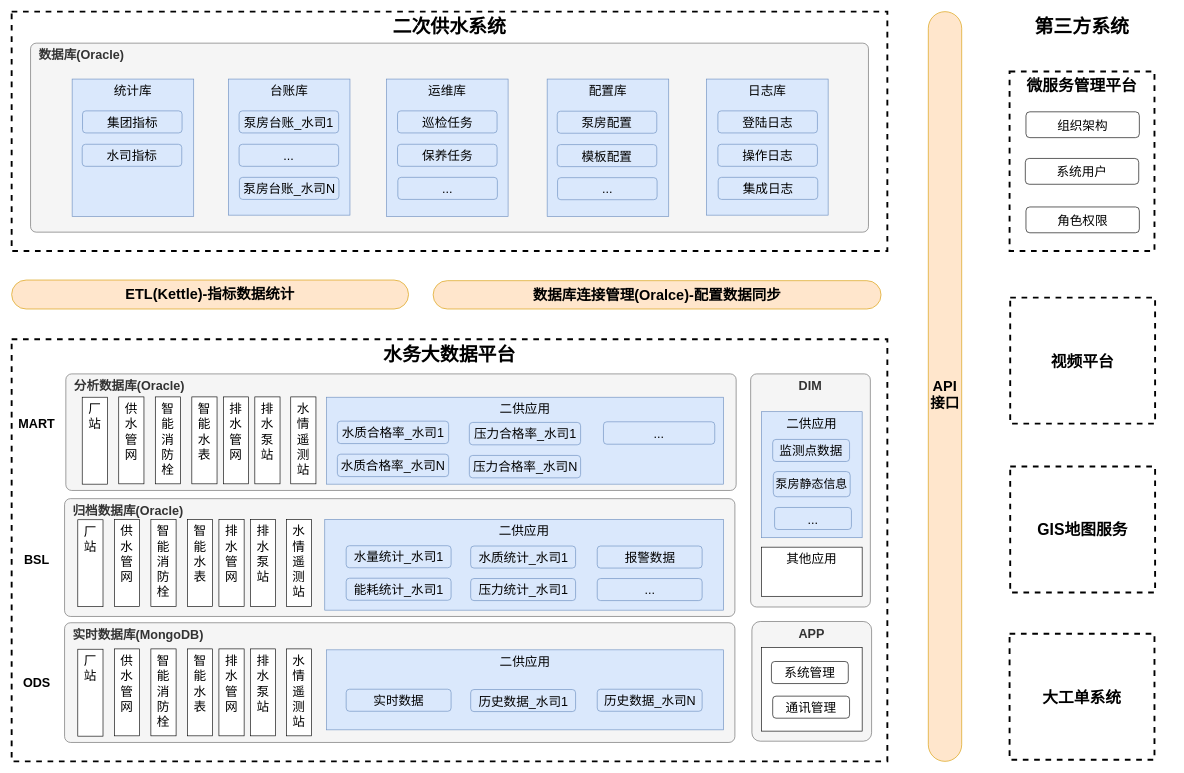
lpeng589/draw keeps this draw.io diagram as page "数据架构图" (1 of 2) of 二供数据架构.drawio. Above is the earlier version. Source tidied: cells renumbered, new cells numbered last; positions are measured from the earlier drawing's top-left corner, leaving out a move shared by most shapes. Both pictures are drawn from the tidied source at 63%, with x=0, y=0 at pixel (11, 11).
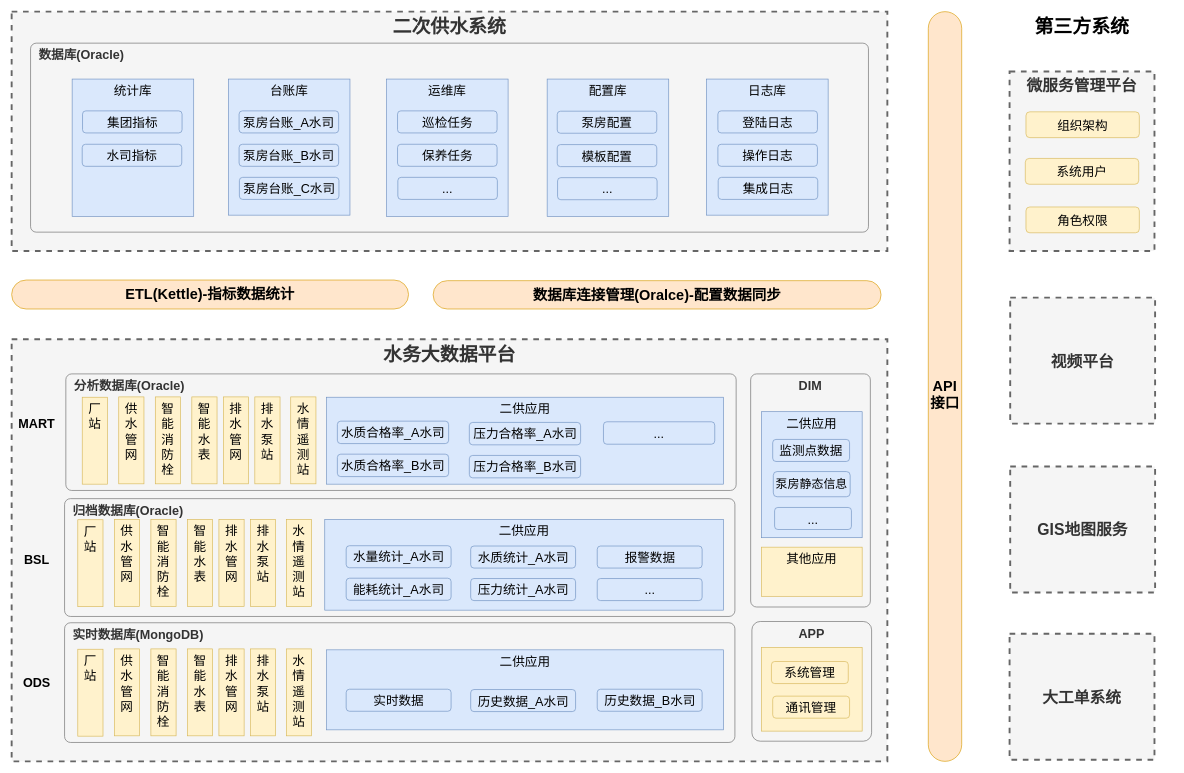
After the change.

Commit message (it also covers changes not shown here):
更新二供数据架构.drawio

Change to the diagram source:
```diff
@@
-    <mxCell id="2" value="水务大数据平台" style="rounded=0;whiteSpace=wrap;html=1;align=center;verticalAlign=top;fontStyle=1;fontSize=30;dashed=1;strokeColor=#000000;strokeWidth=3;fontColor=#000000;" parent="1" vertex="1">
+    <mxCell id="2" value="水务大数据平台" style="rounded=0;whiteSpace=wrap;html=1;align=center;verticalAlign=top;fontStyle=1;fontSize=30;dashed=1;strokeColor=#666666;strokeWidth=3;fontColor=#333333;fillColor=#f5f5f5;" parent="1" vertex="1">
       <mxGeometry y="520" width="1390" height="670" as="geometry" />
     </mxCell>
-    <mxCell id="3" value="二次供水系统" style="rounded=0;whiteSpace=wrap;html=1;align=center;verticalAlign=top;fontStyle=1;fontSize=30;dashed=1;strokeColor=#000000;strokeWidth=3;fontColor=#000000;" parent="1" vertex="1">
+    <mxCell id="3" value="二次供水系统" style="rounded=0;whiteSpace=wrap;html=1;align=center;verticalAlign=top;fontStyle=1;fontSize=30;dashed=1;strokeColor=#666666;strokeWidth=3;fontColor=#333333;fillColor=#f5f5f5;" parent="1" vertex="1">
       <mxGeometry width="1390" height="380" as="geometry" />
     </mxCell>
@@
-    <mxCell id="15" value="厂站" style="rounded=0;whiteSpace=wrap;html=1;align=center;verticalAlign=top;fontStyle=0;fontSize=20;" parent="1" vertex="1">
+    <mxCell id="15" value="厂站" style="rounded=0;whiteSpace=wrap;html=1;align=center;verticalAlign=top;fontStyle=0;fontSize=20;fillColor=#fff2cc;strokeColor=#d6b656;" parent="1" vertex="1">
       <mxGeometry x="112" y="612" width="40" height="138" as="geometry" />
     </mxCell>
-    <mxCell id="16" value="供水管网" style="rounded=0;whiteSpace=wrap;html=1;align=center;verticalAlign=top;fontStyle=0;fontSize=20;" parent="1" vertex="1">
+    <mxCell id="16" value="供水管网" style="rounded=0;whiteSpace=wrap;html=1;align=center;verticalAlign=top;fontStyle=0;fontSize=20;fillColor=#fff2cc;strokeColor=#d6b656;" parent="1" vertex="1">
       <mxGeometry x="170" y="611.5" width="40" height="138" as="geometry" />
     </mxCell>
-    <mxCell id="17" value="智能消防栓" style="rounded=0;whiteSpace=wrap;html=1;align=center;verticalAlign=top;fontStyle=0;fontSize=20;" parent="1" vertex="1">
+    <mxCell id="17" value="智能消防栓" style="rounded=0;whiteSpace=wrap;html=1;align=center;verticalAlign=top;fontStyle=0;fontSize=20;fillColor=#fff2cc;strokeColor=#d6b656;" parent="1" vertex="1">
       <mxGeometry x="228" y="611.5" width="40" height="138" as="geometry" />
     </mxCell>
-    <mxCell id="18" value="智能水表" style="rounded=0;whiteSpace=wrap;html=1;align=center;verticalAlign=top;fontStyle=0;fontSize=20;" parent="1" vertex="1">
+    <mxCell id="18" value="智能水表" style="rounded=0;whiteSpace=wrap;html=1;align=center;verticalAlign=top;fontStyle=0;fontSize=20;fillColor=#fff2cc;strokeColor=#d6b656;" parent="1" vertex="1">
       <mxGeometry x="286" y="611.5" width="40" height="138" as="geometry" />
     </mxCell>
-    <mxCell id="19" value="排水管网" style="rounded=0;whiteSpace=wrap;html=1;align=center;verticalAlign=top;fontStyle=0;fontSize=20;" parent="1" vertex="1">
+    <mxCell id="19" value="排水管网" style="rounded=0;whiteSpace=wrap;html=1;align=center;verticalAlign=top;fontStyle=0;fontSize=20;fillColor=#fff2cc;strokeColor=#d6b656;" parent="1" vertex="1">
       <mxGeometry x="336" y="611.5" width="40" height="138" as="geometry" />
     </mxCell>
-    <mxCell id="20" value="排水泵站" style="rounded=0;whiteSpace=wrap;html=1;align=center;verticalAlign=top;fontStyle=0;fontSize=20;" parent="1" vertex="1">
+    <mxCell id="20" value="排水泵站" style="rounded=0;whiteSpace=wrap;html=1;align=center;verticalAlign=top;fontStyle=0;fontSize=20;fillColor=#fff2cc;strokeColor=#d6b656;" parent="1" vertex="1">
       <mxGeometry x="386" y="611.5" width="40" height="138" as="geometry" />
     </mxCell>
-    <mxCell id="21" value="水情遥测站" style="rounded=0;whiteSpace=wrap;html=1;align=center;verticalAlign=top;fontStyle=0;fontSize=20;" parent="1" vertex="1">
+    <mxCell id="21" value="水情遥测站" style="rounded=0;whiteSpace=wrap;html=1;align=center;verticalAlign=top;fontStyle=0;fontSize=20;fillColor=#fff2cc;strokeColor=#d6b656;" parent="1" vertex="1">
       <mxGeometry x="443" y="611.5" width="40" height="138" as="geometry" />
     </mxCell>
-    <mxCell id="22" value="厂站" style="rounded=0;whiteSpace=wrap;html=1;align=center;verticalAlign=top;fontStyle=0;fontSize=20;" parent="1" vertex="1">
+    <mxCell id="22" value="厂站" style="rounded=0;whiteSpace=wrap;html=1;align=center;verticalAlign=top;fontStyle=0;fontSize=20;fillColor=#fff2cc;strokeColor=#d6b656;" parent="1" vertex="1">
       <mxGeometry x="105" y="806.5" width="40" height="138" as="geometry" />
     </mxCell>
-    <mxCell id="23" value="供水管网" style="rounded=0;whiteSpace=wrap;html=1;align=center;verticalAlign=top;fontStyle=0;fontSize=20;" parent="1" vertex="1">
+    <mxCell id="23" value="供水管网" style="rounded=0;whiteSpace=wrap;html=1;align=center;verticalAlign=top;fontStyle=0;fontSize=20;fillColor=#fff2cc;strokeColor=#d6b656;" parent="1" vertex="1">
       <mxGeometry x="163" y="806" width="40" height="138" as="geometry" />
     </mxCell>
-    <mxCell id="24" value="智能消防栓" style="rounded=0;whiteSpace=wrap;html=1;align=center;verticalAlign=top;fontStyle=0;fontSize=20;" parent="1" vertex="1">
+    <mxCell id="24" value="智能消防栓" style="rounded=0;whiteSpace=wrap;html=1;align=center;verticalAlign=top;fontStyle=0;fontSize=20;fillColor=#fff2cc;strokeColor=#d6b656;" parent="1" vertex="1">
       <mxGeometry x="221" y="806" width="40" height="138" as="geometry" />
     </mxCell>
-    <mxCell id="25" value="智能水表" style="rounded=0;whiteSpace=wrap;html=1;align=center;verticalAlign=top;fontStyle=0;fontSize=20;" parent="1" vertex="1">
+    <mxCell id="25" value="智能水表" style="rounded=0;whiteSpace=wrap;html=1;align=center;verticalAlign=top;fontStyle=0;fontSize=20;fillColor=#fff2cc;strokeColor=#d6b656;" parent="1" vertex="1">
       <mxGeometry x="279" y="806" width="40" height="138" as="geometry" />
     </mxCell>
-    <mxCell id="26" value="排水管网" style="rounded=0;whiteSpace=wrap;html=1;align=center;verticalAlign=top;fontStyle=0;fontSize=20;" parent="1" vertex="1">
+    <mxCell id="26" value="排水管网" style="rounded=0;whiteSpace=wrap;html=1;align=center;verticalAlign=top;fontStyle=0;fontSize=20;fillColor=#fff2cc;strokeColor=#d6b656;" parent="1" vertex="1">
       <mxGeometry x="329" y="806" width="40" height="138" as="geometry" />
     </mxCell>
-    <mxCell id="27" value="排水泵站" style="rounded=0;whiteSpace=wrap;html=1;align=center;verticalAlign=top;fontStyle=0;fontSize=20;" parent="1" vertex="1">
+    <mxCell id="27" value="排水泵站" style="rounded=0;whiteSpace=wrap;html=1;align=center;verticalAlign=top;fontStyle=0;fontSize=20;fillColor=#fff2cc;strokeColor=#d6b656;" parent="1" vertex="1">
       <mxGeometry x="379" y="806" width="40" height="138" as="geometry" />
     </mxCell>
-    <mxCell id="28" value="水情遥测站" style="rounded=0;whiteSpace=wrap;html=1;align=center;verticalAlign=top;fontStyle=0;fontSize=20;" parent="1" vertex="1">
+    <mxCell id="28" value="水情遥测站" style="rounded=0;whiteSpace=wrap;html=1;align=center;verticalAlign=top;fontStyle=0;fontSize=20;fillColor=#fff2cc;strokeColor=#d6b656;" parent="1" vertex="1">
       <mxGeometry x="436" y="806" width="40" height="138" as="geometry" />
     </mxCell>
-    <mxCell id="29" value="厂站" style="rounded=0;whiteSpace=wrap;html=1;align=center;verticalAlign=top;fontStyle=0;fontSize=20;" parent="1" vertex="1">
+    <mxCell id="29" value="厂站" style="rounded=0;whiteSpace=wrap;html=1;align=center;verticalAlign=top;fontStyle=0;fontSize=20;fillColor=#fff2cc;strokeColor=#d6b656;" parent="1" vertex="1">
       <mxGeometry x="105" y="1012" width="40" height="138" as="geometry" />
     </mxCell>
-    <mxCell id="30" value="供水管网" style="rounded=0;whiteSpace=wrap;html=1;align=center;verticalAlign=top;fontStyle=0;fontSize=20;" parent="1" vertex="1">
+    <mxCell id="30" value="供水管网" style="rounded=0;whiteSpace=wrap;html=1;align=center;verticalAlign=top;fontStyle=0;fontSize=20;fillColor=#fff2cc;strokeColor=#d6b656;" parent="1" vertex="1">
       <mxGeometry x="163" y="1011.5" width="40" height="138" as="geometry" />
     </mxCell>
-    <mxCell id="31" value="智能消防栓" style="rounded=0;whiteSpace=wrap;html=1;align=center;verticalAlign=top;fontStyle=0;fontSize=20;" parent="1" vertex="1">
+    <mxCell id="31" value="智能消防栓" style="rounded=0;whiteSpace=wrap;html=1;align=center;verticalAlign=top;fontStyle=0;fontSize=20;fillColor=#fff2cc;strokeColor=#d6b656;" parent="1" vertex="1">
       <mxGeometry x="221" y="1011.5" width="40" height="138" as="geometry" />
     </mxCell>
-    <mxCell id="32" value="智能水表" style="rounded=0;whiteSpace=wrap;html=1;align=center;verticalAlign=top;fontStyle=0;fontSize=20;" parent="1" vertex="1">
+    <mxCell id="32" value="智能水表" style="rounded=0;whiteSpace=wrap;html=1;align=center;verticalAlign=top;fontStyle=0;fontSize=20;fillColor=#fff2cc;strokeColor=#d6b656;" parent="1" vertex="1">
       <mxGeometry x="279" y="1011.5" width="40" height="138" as="geometry" />
     </mxCell>
-    <mxCell id="33" value="排水管网" style="rounded=0;whiteSpace=wrap;html=1;align=center;verticalAlign=top;fontStyle=0;fontSize=20;" parent="1" vertex="1">
+    <mxCell id="33" value="排水管网" style="rounded=0;whiteSpace=wrap;html=1;align=center;verticalAlign=top;fontStyle=0;fontSize=20;fillColor=#fff2cc;strokeColor=#d6b656;" parent="1" vertex="1">
       <mxGeometry x="329" y="1011.5" width="40" height="138" as="geometry" />
     </mxCell>
-    <mxCell id="34" value="排水泵站" style="rounded=0;whiteSpace=wrap;html=1;align=center;verticalAlign=top;fontStyle=0;fontSize=20;" parent="1" vertex="1">
+    <mxCell id="34" value="排水泵站" style="rounded=0;whiteSpace=wrap;html=1;align=center;verticalAlign=top;fontStyle=0;fontSize=20;fillColor=#fff2cc;strokeColor=#d6b656;" parent="1" vertex="1">
       <mxGeometry x="379" y="1011.5" width="40" height="138" as="geometry" />
     </mxCell>
-    <mxCell id="35" value="水情遥测站" style="rounded=0;whiteSpace=wrap;html=1;align=center;verticalAlign=top;fontStyle=0;fontSize=20;" parent="1" vertex="1">
+    <mxCell id="35" value="水情遥测站" style="rounded=0;whiteSpace=wrap;html=1;align=center;verticalAlign=top;fontStyle=0;fontSize=20;fillColor=#fff2cc;strokeColor=#d6b656;" parent="1" vertex="1">
       <mxGeometry x="436" y="1011.5" width="40" height="138" as="geometry" />
     </mxCell>
@@
-    <mxCell id="40" value="其他应用" style="rounded=0;whiteSpace=wrap;html=1;align=center;verticalAlign=top;fontStyle=0;fontSize=20;" parent="1" vertex="1">
+    <mxCell id="40" value="其他应用" style="rounded=0;whiteSpace=wrap;html=1;align=center;verticalAlign=top;fontStyle=0;fontSize=20;fillColor=#fff2cc;strokeColor=#d6b656;" parent="1" vertex="1">
       <mxGeometry x="1190" y="850" width="160" height="78" as="geometry" />
     </mxCell>
-    <mxCell id="41" style="rounded=0;whiteSpace=wrap;html=1;align=center;verticalAlign=top;fontStyle=0;fontSize=20;" parent="1" vertex="1">
+    <mxCell id="41" style="rounded=0;whiteSpace=wrap;html=1;align=center;verticalAlign=top;fontStyle=0;fontSize=20;fillColor=#fff2cc;strokeColor=#d6b656;" parent="1" vertex="1">
       <mxGeometry x="1190" y="1009" width="160" height="133" as="geometry" />
     </mxCell>
@@
-    <mxCell id="43" value="微服务管理平台" style="rounded=0;whiteSpace=wrap;html=1;align=center;verticalAlign=top;fontStyle=1;fontSize=25;arcSize=6;dashed=1;strokeWidth=3;" parent="1" vertex="1">
+    <mxCell id="43" value="微服务管理平台" style="rounded=0;whiteSpace=wrap;html=1;align=center;verticalAlign=top;fontStyle=1;fontSize=25;arcSize=6;dashed=1;strokeWidth=3;fillColor=#f5f5f5;strokeColor=#666666;fontColor=#333333;" parent="1" vertex="1">
       <mxGeometry x="1584" y="95" width="230" height="285" as="geometry" />
     </mxCell>
-    <mxCell id="44" value="视频平台" style="rounded=0;whiteSpace=wrap;html=1;align=center;verticalAlign=middle;fontStyle=1;fontSize=25;dashed=1;strokeWidth=3;" parent="1" vertex="1">
+    <mxCell id="44" value="视频平台" style="rounded=0;whiteSpace=wrap;html=1;align=center;verticalAlign=middle;fontStyle=1;fontSize=25;dashed=1;strokeWidth=3;fillColor=#f5f5f5;strokeColor=#666666;fontColor=#333333;" parent="1" vertex="1">
       <mxGeometry x="1585" y="454" width="230" height="200" as="geometry" />
     </mxCell>
-    <mxCell id="45" value="GIS地图服务" style="rounded=0;whiteSpace=wrap;html=1;align=center;verticalAlign=middle;fontStyle=1;fontSize=25;dashed=1;strokeWidth=3;" parent="1" vertex="1">
+    <mxCell id="45" value="GIS地图服务" style="rounded=0;whiteSpace=wrap;html=1;align=center;verticalAlign=middle;fontStyle=1;fontSize=25;dashed=1;strokeWidth=3;fillColor=#f5f5f5;strokeColor=#666666;fontColor=#333333;" parent="1" vertex="1">
       <mxGeometry x="1585" y="722" width="230" height="200" as="geometry" />
     </mxCell>
-    <mxCell id="46" value="大工单系统" style="rounded=0;whiteSpace=wrap;html=1;align=center;verticalAlign=middle;fontStyle=1;fontSize=25;dashed=1;strokeWidth=3;" parent="1" vertex="1">
+    <mxCell id="46" value="大工单系统" style="rounded=0;whiteSpace=wrap;html=1;align=center;verticalAlign=middle;fontStyle=1;fontSize=25;dashed=1;strokeWidth=3;fillColor=#f5f5f5;strokeColor=#666666;fontColor=#333333;" parent="1" vertex="1">
       <mxGeometry x="1584" y="987.5" width="230" height="200" as="geometry" />
     </mxCell>
-    <mxCell id="47" value="组织架构" style="rounded=1;whiteSpace=wrap;html=1;fontSize=20;fontStyle=0;fontColor=#000000;" parent="1" vertex="1">
+    <mxCell id="47" value="组织架构" style="rounded=1;whiteSpace=wrap;html=1;fontSize=20;fontStyle=0;fillColor=#fff2cc;strokeColor=#d6b656;" parent="1" vertex="1">
       <mxGeometry x="1610" y="159" width="180" height="41" as="geometry" />
     </mxCell>
-    <mxCell id="48" value="系统用户" style="rounded=1;whiteSpace=wrap;html=1;fontSize=20;fontStyle=0;fontColor=#000000;" parent="1" vertex="1">
+    <mxCell id="48" value="系统用户" style="rounded=1;whiteSpace=wrap;html=1;fontSize=20;fontStyle=0;fillColor=#fff2cc;strokeColor=#d6b656;" parent="1" vertex="1">
       <mxGeometry x="1609" y="233" width="180" height="41" as="geometry" />
     </mxCell>
-    <mxCell id="49" value="角色权限" style="rounded=1;whiteSpace=wrap;html=1;fontSize=20;fontStyle=0;fontColor=#000000;" parent="1" vertex="1">
+    <mxCell id="49" value="角色权限" style="rounded=1;whiteSpace=wrap;html=1;fontSize=20;fontStyle=0;fillColor=#fff2cc;strokeColor=#d6b656;" parent="1" vertex="1">
       <mxGeometry x="1610" y="310" width="180" height="41" as="geometry" />
     </mxCell>
@@
-    <mxCell id="58" value="泵房台账_水司1" style="rounded=1;whiteSpace=wrap;html=1;fontSize=20;strokeColor=#6c8ebf;fillColor=#dae8fc;" parent="1" vertex="1">
+    <mxCell id="58" value="泵房台账_A水司" style="rounded=1;whiteSpace=wrap;html=1;fontSize=20;strokeColor=#6c8ebf;fillColor=#dae8fc;" parent="1" vertex="1">
       <mxGeometry x="361" y="157.5" width="158" height="35" as="geometry" />
     </mxCell>
-    <mxCell id="59" value="..." style="rounded=1;whiteSpace=wrap;html=1;fontSize=20;strokeColor=#6c8ebf;fillColor=#dae8fc;" parent="1" vertex="1">
+    <mxCell id="59" value="泵房台账_B水司" style="rounded=1;whiteSpace=wrap;html=1;fontSize=20;strokeColor=#6c8ebf;fillColor=#dae8fc;" parent="1" vertex="1">
       <mxGeometry x="361" y="210.5" width="158" height="35" as="geometry" />
     </mxCell>
-    <mxCell id="60" value="泵房台账_水司N" style="rounded=1;whiteSpace=wrap;html=1;fontSize=20;strokeColor=#6c8ebf;fillColor=#dae8fc;" parent="1" vertex="1">
+    <mxCell id="60" value="泵房台账_C水司" style="rounded=1;whiteSpace=wrap;html=1;fontSize=20;strokeColor=#6c8ebf;fillColor=#dae8fc;" parent="1" vertex="1">
       <mxGeometry x="361.5" y="263" width="158" height="35" as="geometry" />
     </mxCell>
@@
-    <mxCell id="70" value="水量统计_水司1" style="rounded=1;whiteSpace=wrap;html=1;fontSize=20;strokeColor=#6c8ebf;fillColor=#dae8fc;" parent="1" vertex="1">
+    <mxCell id="70" value="水量统计_A水司" style="rounded=1;whiteSpace=wrap;html=1;fontSize=20;strokeColor=#6c8ebf;fillColor=#dae8fc;" parent="1" vertex="1">
       <mxGeometry x="531" y="847.7" width="166.5" height="35" as="geometry" />
     </mxCell>
-    <mxCell id="71" value="能耗统计_水司1" style="rounded=1;whiteSpace=wrap;html=1;fontSize=20;strokeColor=#6c8ebf;fillColor=#dae8fc;" parent="1" vertex="1">
+    <mxCell id="71" value="能耗统计_A水司" style="rounded=1;whiteSpace=wrap;html=1;fontSize=20;strokeColor=#6c8ebf;fillColor=#dae8fc;" parent="1" vertex="1">
       <mxGeometry x="531" y="899.3" width="166.5" height="35" as="geometry" />
     </mxCell>
-    <mxCell id="72" value="水质统计_水司1" style="rounded=1;whiteSpace=wrap;html=1;fontSize=20;strokeColor=#6c8ebf;fillColor=#dae8fc;" parent="1" vertex="1">
+    <mxCell id="72" value="水质统计_A水司" style="rounded=1;whiteSpace=wrap;html=1;fontSize=20;strokeColor=#6c8ebf;fillColor=#dae8fc;" parent="1" vertex="1">
       <mxGeometry x="728.6" y="848.2" width="166.5" height="35" as="geometry" />
     </mxCell>
-    <mxCell id="73" value="压力统计_水司1" style="rounded=1;whiteSpace=wrap;html=1;fontSize=20;strokeColor=#6c8ebf;fillColor=#dae8fc;" parent="1" vertex="1">
+    <mxCell id="73" value="压力统计_A水司" style="rounded=1;whiteSpace=wrap;html=1;fontSize=20;strokeColor=#6c8ebf;fillColor=#dae8fc;" parent="1" vertex="1">
       <mxGeometry x="728.6" y="899.8" width="166.5" height="35" as="geometry" />
     </mxCell>
@@
-    <mxCell id="77" value="历史数据_水司1" style="rounded=1;whiteSpace=wrap;html=1;fontSize=20;strokeColor=#6c8ebf;fillColor=#dae8fc;" parent="1" vertex="1">
+    <mxCell id="77" value="历史数据_A水司" style="rounded=1;whiteSpace=wrap;html=1;fontSize=20;strokeColor=#6c8ebf;fillColor=#dae8fc;" parent="1" vertex="1">
       <mxGeometry x="728.6" y="1076" width="166.5" height="35" as="geometry" />
     </mxCell>
-    <mxCell id="78" value="历史数据_水司N" style="rounded=1;whiteSpace=wrap;html=1;fontSize=20;strokeColor=#6c8ebf;fillColor=#dae8fc;" parent="1" vertex="1">
+    <mxCell id="78" value="历史数据_B水司" style="rounded=1;whiteSpace=wrap;html=1;fontSize=20;strokeColor=#6c8ebf;fillColor=#dae8fc;" parent="1" vertex="1">
       <mxGeometry x="929.5" y="1075.5" width="166.5" height="35" as="geometry" />
     </mxCell>
@@
-    <mxCell id="82" value="系统管理" style="rounded=1;whiteSpace=wrap;html=1;fontSize=20;" parent="1" vertex="1">
+    <mxCell id="82" value="系统管理" style="rounded=1;whiteSpace=wrap;html=1;fontSize=20;fillColor=#fff2cc;strokeColor=#d6b656;" parent="1" vertex="1">
       <mxGeometry x="1206" y="1031.5" width="122" height="35" as="geometry" />
     </mxCell>
-    <mxCell id="83" value="通讯管理" style="rounded=1;whiteSpace=wrap;html=1;fontSize=20;" parent="1" vertex="1">
+    <mxCell id="83" value="通讯管理" style="rounded=1;whiteSpace=wrap;html=1;fontSize=20;fillColor=#fff2cc;strokeColor=#d6b656;" parent="1" vertex="1">
       <mxGeometry x="1208" y="1086.5" width="122" height="35" as="geometry" />
     </mxCell>
-    <mxCell id="84" value="水质合格率_水司1" style="rounded=1;whiteSpace=wrap;html=1;fontSize=20;strokeColor=#6c8ebf;fillColor=#dae8fc;" parent="1" vertex="1">
+    <mxCell id="84" value="水质合格率_A水司" style="rounded=1;whiteSpace=wrap;html=1;fontSize=20;strokeColor=#6c8ebf;fillColor=#dae8fc;" parent="1" vertex="1">
       <mxGeometry x="517" y="650" width="176.6" height="35.6" as="geometry" />
     </mxCell>
-    <mxCell id="85" value="水质合格率_水司N" style="rounded=1;whiteSpace=wrap;html=1;fontSize=20;strokeColor=#6c8ebf;fillColor=#dae8fc;" parent="1" vertex="1">
+    <mxCell id="85" value="水质合格率_B水司" style="rounded=1;whiteSpace=wrap;html=1;fontSize=20;strokeColor=#6c8ebf;fillColor=#dae8fc;" parent="1" vertex="1">
       <mxGeometry x="517" y="702.4" width="176.6" height="35.6" as="geometry" />
     </mxCell>
-    <mxCell id="86" value="压力合格率_水司1" style="rounded=1;whiteSpace=wrap;html=1;fontSize=20;strokeColor=#6c8ebf;fillColor=#dae8fc;" parent="1" vertex="1">
+    <mxCell id="86" value="压力合格率_A水司" style="rounded=1;whiteSpace=wrap;html=1;fontSize=20;strokeColor=#6c8ebf;fillColor=#dae8fc;" parent="1" vertex="1">
       <mxGeometry x="726.5" y="652" width="176.6" height="35.6" as="geometry" />
     </mxCell>
-    <mxCell id="87" value="压力合格率_水司N" style="rounded=1;whiteSpace=wrap;html=1;fontSize=20;strokeColor=#6c8ebf;fillColor=#dae8fc;" parent="1" vertex="1">
+    <mxCell id="87" value="压力合格率_B水司" style="rounded=1;whiteSpace=wrap;html=1;fontSize=20;strokeColor=#6c8ebf;fillColor=#dae8fc;" parent="1" vertex="1">
       <mxGeometry x="726.5" y="704.4" width="176.6" height="35.6" as="geometry" />
     </mxCell>
```
